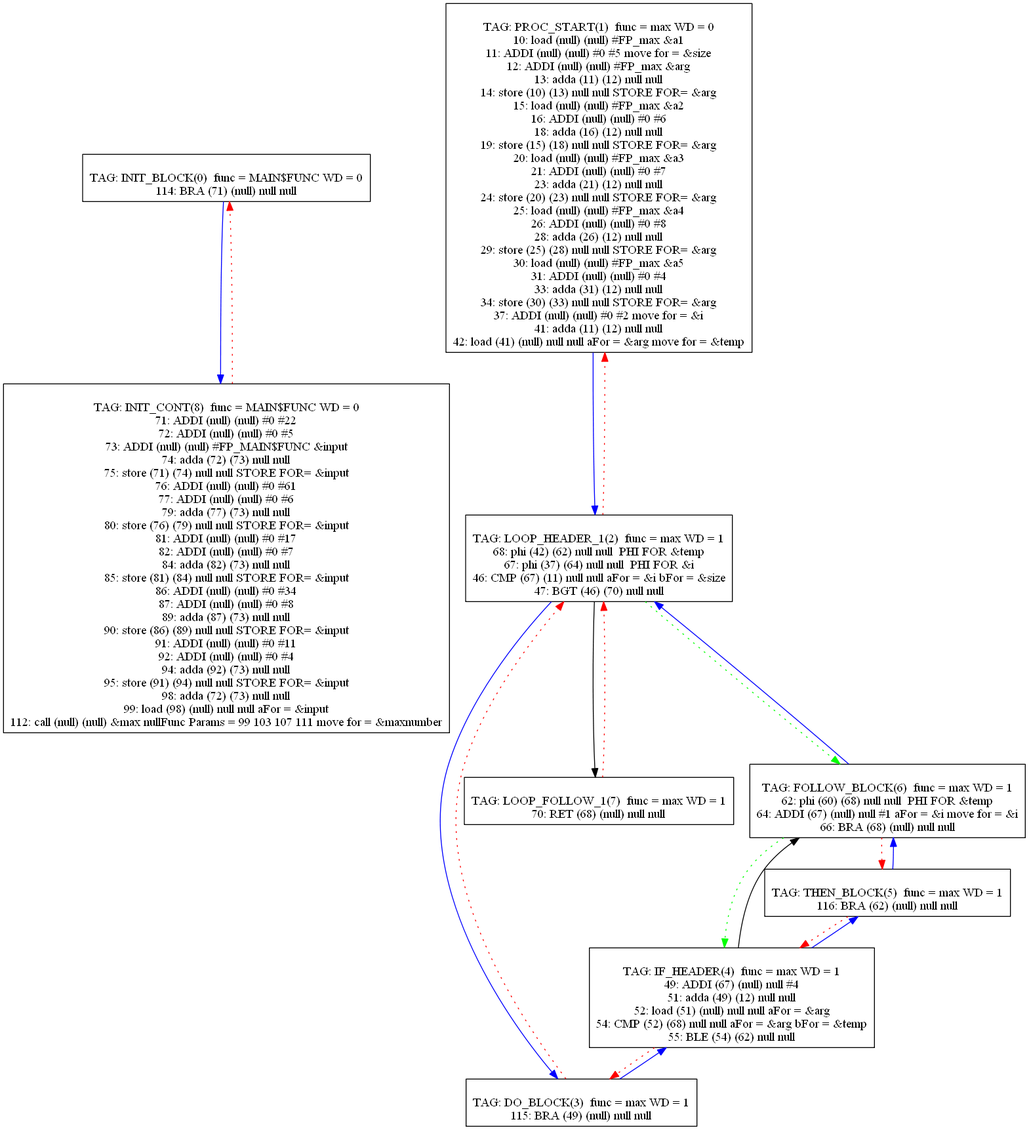
mbajaj92/Project-Astoria keeps this Graphviz diagram as Compiler/4graph.png. Above is the earlier version. Its source is kept beside it as Compiler/4graph.dot.
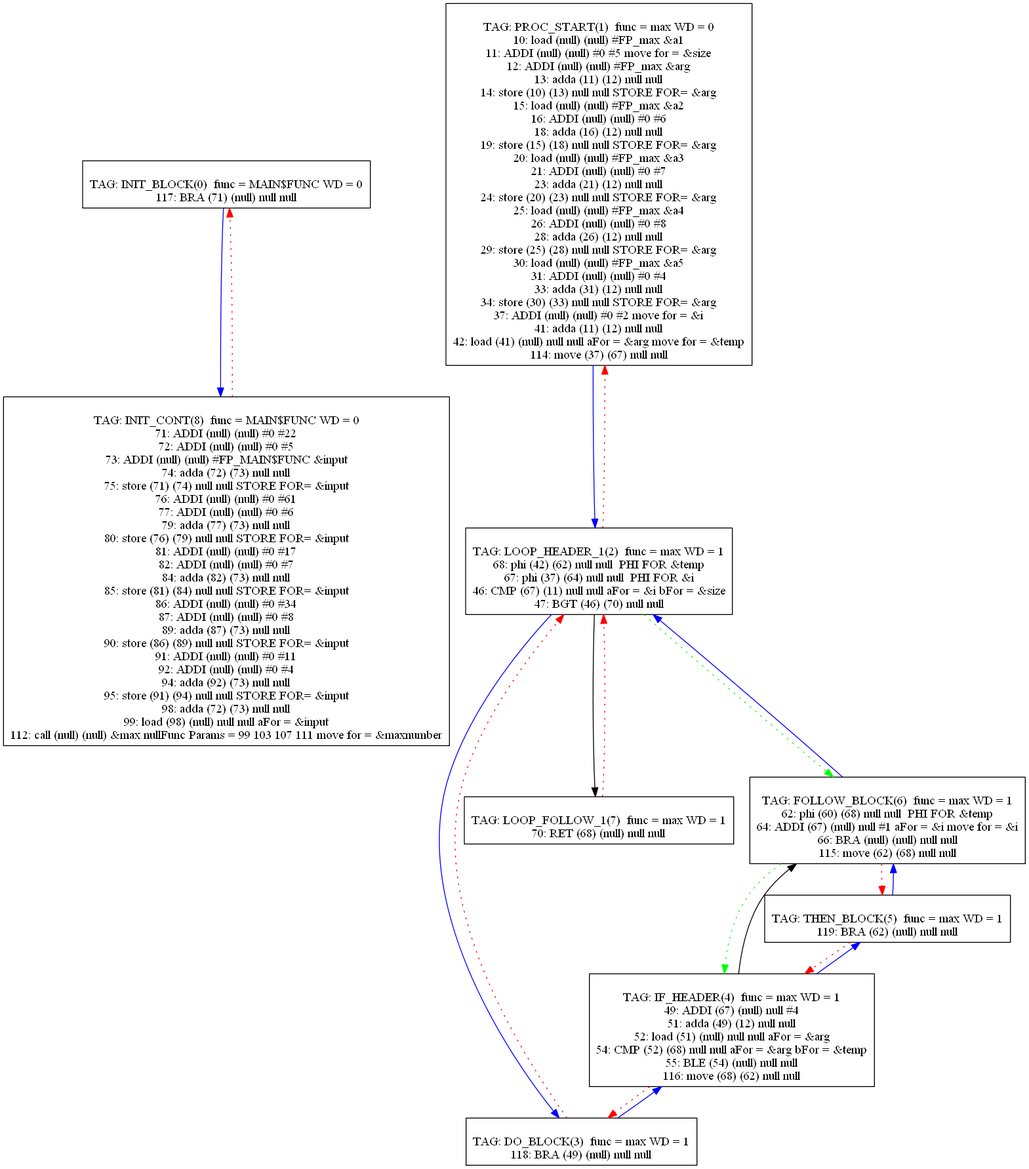
After the change.

What changed in the source:
```diff
@@ -1,7 +1,7 @@
 digraph {
 0[label="
 TAG: INIT_BLOCK(0)  func = MAIN$FUNC WD = 0
-114: BRA (71) (null) null null
+117: BRA (71) (null) null null
 "];
 0[shape=box];
 0 -> 8[color=blue]
@@ -31,6 +31,7 @@
 37: ADDI (null) (null) #0 #2 move for = &i
 41: adda (11) (12) null null
 42: load (41) (null) null null aFor = &arg move for = &temp
+114: move (37) (67) null null
 "];
 1[shape=box];
 1 -> 2[color=blue]
@@ -48,7 +49,7 @@
 2 -> 6[color=green][style=dotted]
 3[label="
 TAG: DO_BLOCK(3)  func = max WD = 1
-115: BRA (49) (null) null null
+118: BRA (49) (null) null null
 "];
 3[shape=box];
 3 -> 4[color=blue]
@@ -59,7 +60,8 @@
 51: adda (49) (12) null null
 52: load (51) (null) null null aFor = &arg
 54: CMP (52) (68) null null aFor = &arg bFor = &temp
-55: BLE (54) (62) null null
+55: BLE (54) (null) null null
+116: move (68) (62) null null
 "];
 4[shape=box];
 4 -> 5[color=blue]
@@ -67,7 +69,7 @@
 4 -> 3[color=red][style=dotted]
 5[label="
 TAG: THEN_BLOCK(5)  func = max WD = 1
-116: BRA (62) (null) null null
+119: BRA (62) (null) null null
 "];
 5[shape=box];
 5 -> 6[color=blue]
@@ -76,7 +78,8 @@
 TAG: FOLLOW_BLOCK(6)  func = max WD = 1
 62: phi (60) (68) null null  PHI FOR &temp
 64: ADDI (67) (null) null #1 aFor = &i move for = &i
-66: BRA (68) (null) null null
+66: BRA (null) (null) null null
+115: move (62) (68) null null
 "];
 6[shape=box];
 6 -> 2[color=blue]
```
